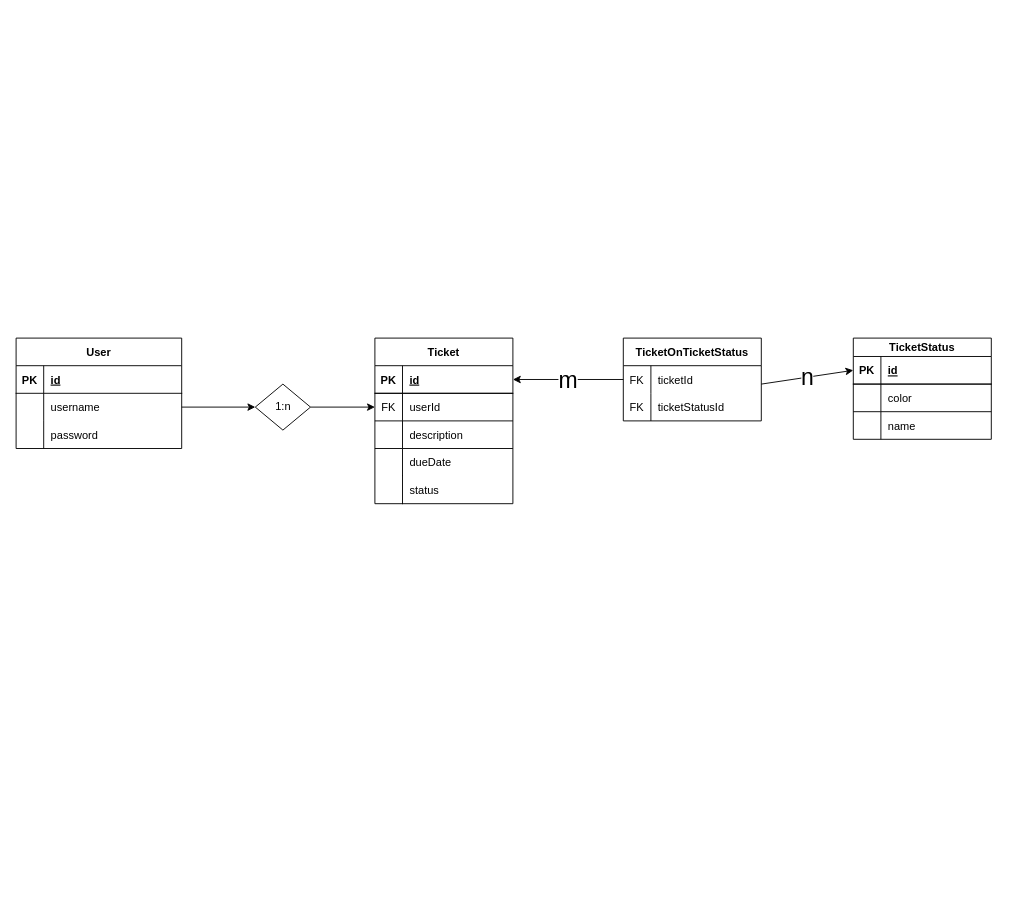
Earlier version of the draw.io diagram notes/erd.drawio (Dyvd4/ticketify). Source tidied: cells renumbered, new cells numbered last; positions are measured from the earlier drawing's top-left corner, leaving out a move shared by most shapes. Both pictures are drawn from the tidied source at 92%, with x=0, y=0 at pixel (16, 338).
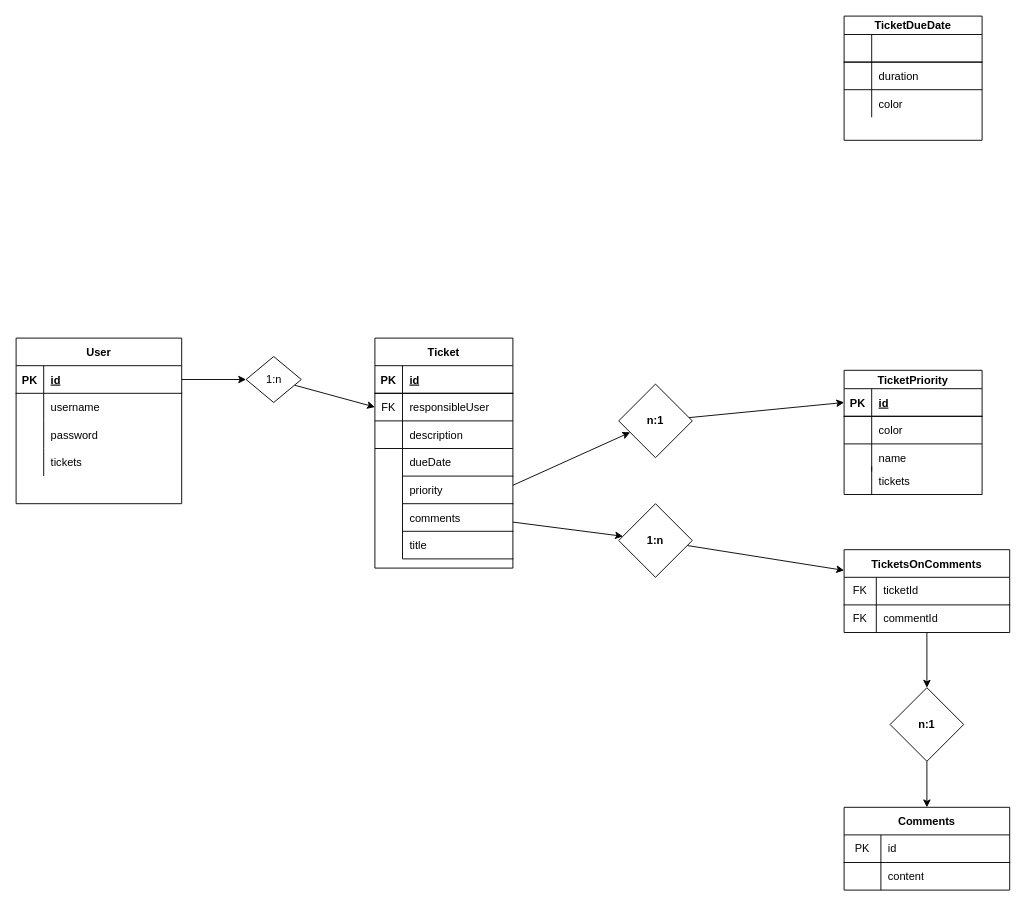
After the change.

The change refers to these unchanged cells:
```xml
<mxCell id="3" style="shape=partialRectangle;fillColor=none;top=0;left=0;bottom=1;right=0;points=[[0,0.5],[1,0.5]];portConstraint=eastwest;" parent="2" vertex="1">
  <mxGeometry y="30" width="180" height="30" as="geometry" />
</mxCell>
<mxCell id="6" style="shape=partialRectangle;fillColor=none;top=0;left=0;bottom=0;right=0;points=[[0,0.5],[1,0.5]];portConstraint=eastwest;" parent="2" vertex="1">
  <mxGeometry y="60" width="180" height="30" as="geometry" />
</mxCell>
<mxCell id="13" style="shape=partialRectangle;fillColor=none;top=0;left=0;bottom=1;right=0;points=[[0,0.5],[1,0.5]];portConstraint=eastwest;" parent="12" vertex="1">
  <mxGeometry y="30" width="150" height="30" as="geometry" />
</mxCell>
<mxCell id="16" style="shape=partialRectangle;fillColor=none;top=0;left=0;bottom=0;right=0;points=[[0,0.5],[1,0.5]];portConstraint=eastwest;" parent="12" vertex="1">
  <mxGeometry y="60" width="150" height="30" as="geometry" />
</mxCell>
<mxCell id="22" style="shape=partialRectangle;fillColor=none;top=0;left=0;bottom=0;right=0;" parent="12" vertex="1">
  <mxGeometry y="120" width="150" height="30" as="geometry" />
</mxCell>
<mxCell id="29" style="shape=partialRectangle;fillColor=none;top=0;left=0;bottom=1;right=0;points=[[0,0.5],[1,0.5]];portConstraint=eastwest;" parent="28" vertex="1">
  <mxGeometry y="20" width="150" height="30" as="geometry" />
</mxCell>
```

What changed in the source:
```diff
@@
     <mxCell id="2" value="User" style="shape=table;startSize=30;childLayout=tableLayout;rowLines=0;fontStyle=1;align=center;" parent="1" vertex="1">
-      <mxGeometry width="180" height="120" as="geometry" />
+      <mxGeometry width="180" height="180" as="geometry" />
     </mxCell>
@@
+    <mxCell id="48" style="shape=partialRectangle;fillColor=none;top=0;left=0;bottom=0;right=0;" parent="2" vertex="1">
+      <mxGeometry y="90" width="180" height="30" as="geometry" />
+    </mxCell>
+    <mxCell id="49" style="shape=partialRectangle;fillColor=none;top=0;left=0;bottom=0;right=0;overflow=hidden;" parent="48" vertex="1">
+      <mxGeometry width="30" height="30" as="geometry" />
+    </mxCell>
+    <mxCell id="50" value="password" style="shape=partialRectangle;fillColor=none;top=0;left=0;bottom=0;right=0;align=left;spacingLeft=6;overflow=hidden;" parent="48" vertex="1">
+      <mxGeometry x="30" width="150" height="30" as="geometry" />
+    </mxCell>
     <mxCell id="9" style="shape=partialRectangle;fillColor=none;top=0;left=0;bottom=0;right=0;" parent="2" vertex="1">
-      <mxGeometry y="90" width="180" height="30" as="geometry" />
+      <mxGeometry y="120" width="180" height="30" as="geometry" />
     </mxCell>
@@
-    <mxCell id="11" value="password" style="shape=partialRectangle;fillColor=none;top=0;left=0;bottom=0;right=0;align=left;spacingLeft=6;overflow=hidden;" parent="9" vertex="1">
+    <mxCell id="11" value="tickets" style="shape=partialRectangle;fillColor=none;top=0;left=0;bottom=0;right=0;align=left;spacingLeft=6;overflow=hidden;" parent="9" vertex="1">
       <mxGeometry x="30" width="150" height="30" as="geometry" />
     </mxCell>
+    <mxCell id="51" style="edgeStyle=none;html=1;" parent="1" edge="1" target="54">
+      <mxGeometry relative="1" as="geometry">
+        <mxPoint x="540" y="160" as="sourcePoint" />
+      </mxGeometry>
+    </mxCell>
+    <mxCell id="52" style="edgeStyle=none;html=1;" parent="1" edge="1" target="57">
+      <mxGeometry relative="1" as="geometry">
+        <mxPoint x="540" y="200" as="sourcePoint" />
+      </mxGeometry>
+    </mxCell>
     <mxCell id="12" value="Ticket" style="shape=table;startSize=30;childLayout=tableLayout;rowLines=1;fontStyle=1;align=center;" parent="1" vertex="1">
-      <mxGeometry x="390" width="150" height="180" as="geometry" />
+      <mxGeometry x="390" width="150" height="250" as="geometry" />
     </mxCell>
@@
-    <mxCell id="18" value="userId" style="shape=partialRectangle;fillColor=none;top=0;left=0;bottom=0;right=0;align=left;spacingLeft=6;overflow=hidden;" parent="16" vertex="1">
+    <mxCell id="18" value="responsibleUser" style="shape=partialRectangle;fillColor=none;top=0;left=0;bottom=0;right=0;align=left;spacingLeft=6;overflow=hidden;" parent="16" vertex="1">
       <mxGeometry x="30" width="120" height="30" as="geometry" />
     </mxCell>
@@
-    <mxCell id="24" value="dueDate" style="shape=partialRectangle;fillColor=none;top=0;left=0;bottom=0;right=0;align=left;spacingLeft=6;overflow=hidden;" parent="22" vertex="1">
+    <mxCell id="24" value="dueDate" style="shape=partialRectangle;fillColor=none;top=0;left=0;bottom=1;right=0;align=left;spacingLeft=6;overflow=hidden;" parent="22" vertex="1">
       <mxGeometry x="30" width="120" height="30" as="geometry" />
     </mxCell>
-    <mxCell id="25" style="edgeStyle=none;html=1;exitX=1;exitY=0.5;exitDx=0;exitDy=0;" parent="1" edge="1" source="6" target="27">
+    <mxCell id="25" style="edgeStyle=none;html=1;exitX=1;exitY=0.5;exitDx=0;exitDy=0;" parent="1" edge="1" source="3" target="27">
       <mxGeometry relative="1" as="geometry" />
     </mxCell>
@@
     <mxCell id="27" value="1:n" style="shape=rhombus;html=1;dashed=0;whitespace=wrap;perimeter=rhombusPerimeter;" parent="1" vertex="1">
-      <mxGeometry x="260" y="50" width="60" height="50" as="geometry" />
+      <mxGeometry x="250" y="20" width="60" height="50" as="geometry" />
     </mxCell>
-    <mxCell id="28" value="TicketStatus" style="shape=table;startSize=20;childLayout=tableLayout;rowLines=1;fontStyle=1;align=center;columnLines=1;" parent="1" vertex="1">
-      <mxGeometry x="910" width="150" height="110" as="geometry" />
+    <mxCell id="28" value="TicketPriority" style="shape=table;startSize=20;childLayout=tableLayout;rowLines=1;fontStyle=1;align=center;columnLines=1;" parent="1" vertex="1">
+      <mxGeometry x="900" y="35" width="150" height="135" as="geometry" />
     </mxCell>
@@
-    <mxCell id="38" value="TicketOnTicketStatus" style="shape=table;startSize=30;childLayout=tableLayout;rowLines=0;fontStyle=1;align=center;" parent="1" vertex="1">
-      <mxGeometry x="660" width="150" height="90" as="geometry" />
-    </mxCell>
-    <mxCell id="39" style="shape=partialRectangle;fillColor=none;top=0;left=0;bottom=0;right=0;points=[[0,0.5],[1,0.5]];portConstraint=eastwest;" parent="38" vertex="1">
-      <mxGeometry y="30" width="150" height="30" as="geometry" />
-    </mxCell>
-    <mxCell id="40" value="FK" style="shape=partialRectangle;fillColor=none;top=0;left=0;bottom=0;right=0;overflow=hidden;" parent="39" vertex="1">
-      <mxGeometry width="30" height="30" as="geometry" />
-    </mxCell>
+    <mxCell id="47" value="priority" style="shape=partialRectangle;fillColor=none;top=0;left=1;bottom=1;right=0;align=left;spacingLeft=6;overflow=hidden;" parent="1" vertex="1">
+      <mxGeometry x="420" y="150" width="120" height="30" as="geometry" />
+    </mxCell>
+    <mxCell id="53" style="edgeStyle=none;html=1;entryX=0;entryY=0.5;entryDx=0;entryDy=0;" parent="1" edge="1" source="54" target="29">
+      <mxGeometry relative="1" as="geometry" />
+    </mxCell>
+    <mxCell id="54" value="n:1" style="rhombus;whiteSpace=wrap;html=1;startSize=30;fontStyle=1;" parent="1" vertex="1">
+      <mxGeometry x="655" y="50" width="80" height="80" as="geometry" />
+    </mxCell>
+    <mxCell id="55" value="tickets" style="shape=partialRectangle;fillColor=none;top=0;left=1;bottom=0;right=0;align=left;spacingLeft=6;overflow=hidden;" parent="1" vertex="1">
+      <mxGeometry x="930" y="140" width="120" height="30" as="geometry" />
+    </mxCell>
+    <mxCell id="56" style="edgeStyle=none;html=1;entryX=0;entryY=0.25;entryDx=0;entryDy=0;" parent="1" edge="1" source="57" target="59">
+      <mxGeometry relative="1" as="geometry" />
+    </mxCell>
+    <mxCell id="57" value="1:n" style="rhombus;whiteSpace=wrap;html=1;startSize=30;fontStyle=1;" parent="1" vertex="1">
+      <mxGeometry x="655" y="180" width="80" height="80" as="geometry" />
+    </mxCell>
+    <mxCell id="58" style="edgeStyle=none;html=1;" parent="1" edge="1" source="59" target="66">
+      <mxGeometry relative="1" as="geometry" />
+    </mxCell>
+    <mxCell id="59" value="TicketsOnComments" style="shape=table;startSize=30;childLayout=tableLayout;rowLines=0;fontStyle=1;align=center;" parent="1" vertex="1">
+      <mxGeometry x="900" y="230" width="180" height="90" as="geometry" />
+    </mxCell>
+    <mxCell id="60" style="shape=partialRectangle;html=1;whiteSpace=wrap;fillColor=none;top=0;left=0;bottom=1;right=0;" parent="59" vertex="1">
+      <mxGeometry y="30" width="180" height="30" as="geometry" />
+    </mxCell>
+    <mxCell id="61" value="FK" style="shape=partialRectangle;html=1;whiteSpace=wrap;fillColor=none;top=0;left=0;bottom=0;right=0;overflow=hidden;" parent="60" vertex="1">
+      <mxGeometry width="35" height="30" as="geometry" />
+    </mxCell>
-    <mxCell id="41" value="ticketId" style="shape=partialRectangle;fillColor=none;top=0;left=0;bottom=0;right=0;align=left;spacingLeft=6;overflow=hidden;" parent="39" vertex="1">
-      <mxGeometry x="30" width="120" height="30" as="geometry" />
+    <mxCell id="41" value="ticketId" style="shape=partialRectangle;html=1;whiteSpace=wrap;fillColor=none;top=0;left=0;bottom=0;right=0;align=left;spacingLeft=6;overflow=hidden;" parent="60" vertex="1">
+      <mxGeometry x="35" width="145" height="30" as="geometry" />
     </mxCell>
-    <mxCell id="42" style="shape=partialRectangle;fillColor=none;top=0;left=0;bottom=0;right=0;" parent="38" vertex="1">
-      <mxGeometry y="60" width="150" height="30" as="geometry" />
-    </mxCell>
-    <mxCell id="43" value="FK" style="shape=partialRectangle;fillColor=none;top=0;left=0;bottom=0;right=0;overflow=hidden;" parent="42" vertex="1">
-      <mxGeometry width="30" height="30" as="geometry" />
-    </mxCell>
-    <mxCell id="44" value="ticketStatusId" style="shape=partialRectangle;fillColor=none;top=0;left=0;bottom=0;right=0;align=left;spacingLeft=6;overflow=hidden;" parent="42" vertex="1">
-      <mxGeometry x="30" width="120" height="30" as="geometry" />
-    </mxCell>
-    <mxCell id="45" value="n" style="edgeStyle=none;html=1;entryX=0;entryY=0.5;entryDx=0;entryDy=0;fontStyle=0;fontSize=25;" parent="1" edge="1" target="29">
-      <mxGeometry relative="1" as="geometry">
-        <mxPoint x="810" y="50" as="sourcePoint" />
-      </mxGeometry>
-    </mxCell>
-    <mxCell id="46" value="m" style="edgeStyle=none;html=1;entryX=1;entryY=0.5;entryDx=0;entryDy=0;fontSize=25;" parent="1" edge="1" source="39" target="13">
-      <mxGeometry relative="1" as="geometry" />
-    </mxCell>
-    <mxCell id="47" value="status" style="shape=partialRectangle;fillColor=none;top=0;left=1;bottom=0;right=0;align=left;spacingLeft=6;overflow=hidden;" parent="1" vertex="1">
-      <mxGeometry x="420" y="150" width="120" height="30" as="geometry" />
-    </mxCell>
+    <mxCell id="62" style="shape=partialRectangle;html=1;whiteSpace=wrap;fillColor=none;top=0;left=0;bottom=0;right=0;" parent="59" vertex="1">
+      <mxGeometry y="60" width="180" height="30" as="geometry" />
+    </mxCell>
+    <mxCell id="63" value="FK" style="shape=partialRectangle;html=1;whiteSpace=wrap;fillColor=none;top=0;left=0;bottom=0;right=0;overflow=hidden;" parent="62" vertex="1">
+      <mxGeometry width="35" height="30" as="geometry" />
+    </mxCell>
+    <mxCell id="64" value="commentId" style="shape=partialRectangle;html=1;whiteSpace=wrap;fillColor=none;top=0;left=0;bottom=0;right=0;align=left;spacingLeft=6;overflow=hidden;" parent="62" vertex="1">
+      <mxGeometry x="35" width="145" height="30" as="geometry" />
+    </mxCell>
+    <mxCell id="65" style="edgeStyle=none;html=1;entryX=0.5;entryY=0;entryDx=0;entryDy=0;" parent="1" edge="1" source="66" target="67">
+      <mxGeometry relative="1" as="geometry" />
+    </mxCell>
+    <mxCell id="66" value="n:1" style="rhombus;whiteSpace=wrap;html=1;startSize=30;fontStyle=1;" parent="1" vertex="1">
+      <mxGeometry x="950" y="380" width="80" height="80" as="geometry" />
+    </mxCell>
+    <mxCell id="67" value="Comments" style="shape=table;startSize=30;childLayout=tableLayout;rowLines=0;fontStyle=1;align=center;" parent="1" vertex="1">
+      <mxGeometry x="900" y="510" width="180" height="90" as="geometry" />
+    </mxCell>
+    <mxCell id="68" style="shape=partialRectangle;html=1;whiteSpace=wrap;fillColor=none;top=0;left=0;bottom=1;right=0;" parent="67" vertex="1">
+      <mxGeometry y="30" width="180" height="30" as="geometry" />
+    </mxCell>
+    <mxCell id="69" value="PK" style="shape=partialRectangle;html=1;whiteSpace=wrap;fillColor=none;top=0;left=0;bottom=0;right=0;overflow=hidden;" parent="68" vertex="1">
+      <mxGeometry width="40" height="30" as="geometry" />
+    </mxCell>
+    <mxCell id="70" value="id" style="shape=partialRectangle;html=1;whiteSpace=wrap;fillColor=none;top=0;left=0;bottom=0;right=0;align=left;spacingLeft=6;overflow=hidden;" parent="68" vertex="1">
+      <mxGeometry x="40" width="140" height="30" as="geometry" />
+    </mxCell>
+    <mxCell id="71" style="shape=partialRectangle;html=1;whiteSpace=wrap;fillColor=none;top=0;left=0;bottom=0;right=0;" parent="67" vertex="1">
+      <mxGeometry y="60" width="180" height="30" as="geometry" />
+    </mxCell>
+    <mxCell id="72" style="shape=partialRectangle;html=1;whiteSpace=wrap;fillColor=none;top=0;left=0;bottom=0;right=0;overflow=hidden;" parent="71" vertex="1">
+      <mxGeometry width="40" height="30" as="geometry" />
+    </mxCell>
+    <mxCell id="73" value="content" style="shape=partialRectangle;html=1;whiteSpace=wrap;fillColor=none;top=0;left=0;bottom=0;right=0;align=left;spacingLeft=6;overflow=hidden;" parent="71" vertex="1">
+      <mxGeometry x="40" width="140" height="30" as="geometry" />
+    </mxCell>
+    <mxCell id="74" value="comments" style="shape=partialRectangle;fillColor=none;top=0;left=1;bottom=1;right=0;align=left;spacingLeft=6;overflow=hidden;" parent="1" vertex="1">
+      <mxGeometry x="420" y="180" width="120" height="30" as="geometry" />
+    </mxCell>
+    <mxCell id="75" value="TicketDueDate" style="shape=table;startSize=20;childLayout=tableLayout;rowLines=1;fontStyle=1;align=center;columnLines=1;" parent="1" vertex="1">
+      <mxGeometry x="900" y="-350" width="150" height="135" as="geometry" />
+    </mxCell>
+    <mxCell id="76" style="shape=partialRectangle;fillColor=none;top=0;left=0;bottom=1;right=0;" parent="75" vertex="1">
+      <mxGeometry y="20" width="150" height="30" as="geometry" />
+    </mxCell>
+    <mxCell id="77" style="shape=partialRectangle;fillColor=none;top=0;left=0;bottom=0;right=0;fontStyle=1;overflow=hidden;" parent="76" vertex="1">
+      <mxGeometry width="30" height="30" as="geometry" />
+    </mxCell>
+    <mxCell id="78" style="shape=partialRectangle;fillColor=none;top=0;left=0;bottom=0;right=0;align=left;spacingLeft=6;fontStyle=5;overflow=hidden;" parent="76" vertex="1">
+      <mxGeometry x="30" width="120" height="30" as="geometry" />
+    </mxCell>
+    <mxCell id="79" style="shape=partialRectangle;fillColor=none;top=0;left=0;bottom=0;right=0;" parent="75" vertex="1">
+      <mxGeometry y="50" width="150" height="30" as="geometry" />
+    </mxCell>
+    <mxCell id="80" style="shape=partialRectangle;fillColor=none;top=0;left=0;bottom=0;right=0;overflow=hidden;" parent="79" vertex="1">
+      <mxGeometry width="30" height="30" as="geometry" />
+    </mxCell>
+    <mxCell id="81" value="duration" style="shape=partialRectangle;fillColor=none;top=0;left=0;bottom=0;right=0;align=left;spacingLeft=6;overflow=hidden;" parent="79" vertex="1">
+      <mxGeometry x="30" width="120" height="30" as="geometry" />
+    </mxCell>
+    <mxCell id="82" style="shape=partialRectangle;fillColor=none;top=0;left=0;bottom=0;right=0;" parent="75" vertex="1">
+      <mxGeometry y="80" width="150" height="30" as="geometry" />
+    </mxCell>
+    <mxCell id="83" style="shape=partialRectangle;fillColor=none;top=0;left=0;bottom=0;right=0;overflow=hidden;" parent="82" vertex="1">
+      <mxGeometry width="30" height="30" as="geometry" />
+    </mxCell>
+    <mxCell id="84" value="color" style="shape=partialRectangle;fillColor=none;top=0;left=0;bottom=0;right=0;align=left;spacingLeft=6;overflow=hidden;" parent="82" vertex="1">
+      <mxGeometry x="30" width="120" height="30" as="geometry" />
+    </mxCell>
+    <mxCell id="85" value="title" style="shape=partialRectangle;fillColor=none;top=0;left=1;bottom=1;right=0;align=left;spacingLeft=6;overflow=hidden;" parent="1" vertex="1">
+      <mxGeometry x="420" y="210" width="120" height="30" as="geometry" />
+    </mxCell>
```
